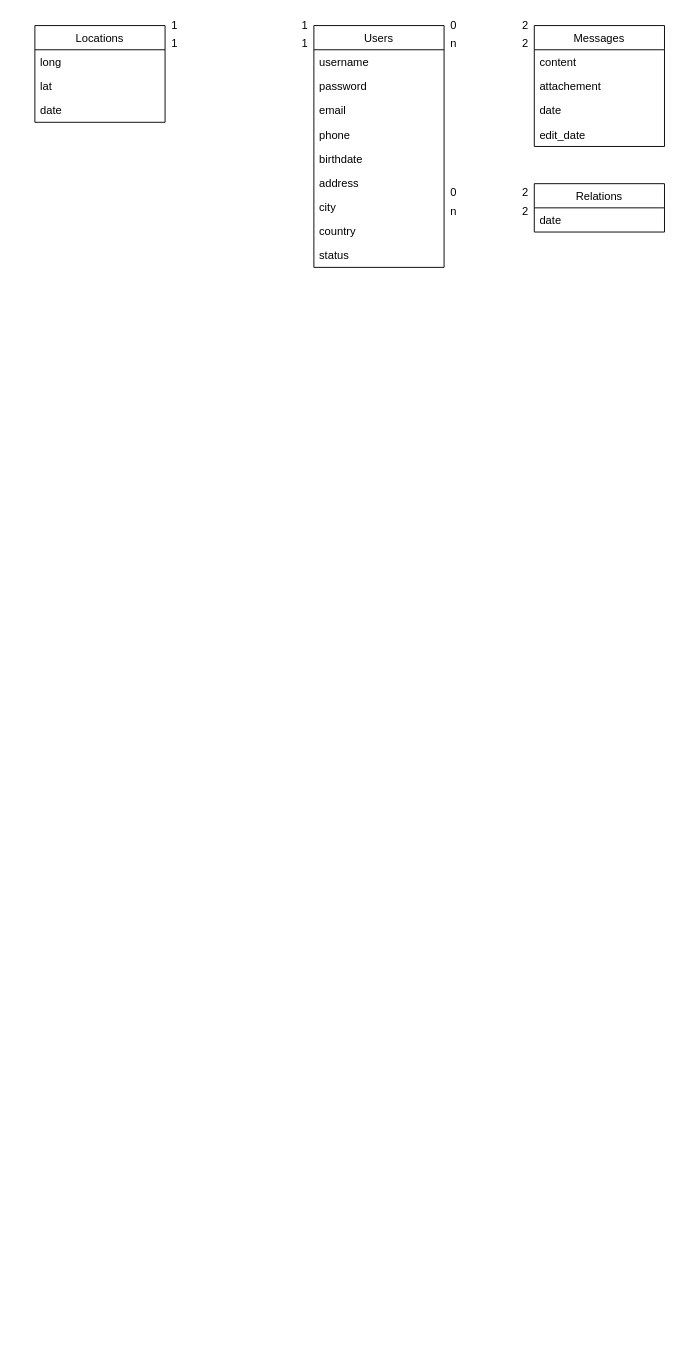
Before: DevServ_Proj_EA.drawio in oxypomme/LP_DevServer_Project, a draw.io diagram. Source tidied: cells renumbered, new cells numbered last; positions are measured from the earlier drawing's top-left corner, leaving out a move shared by most shapes. Both pictures are drawn from the tidied source at 93%, with x=0, y=0 at pixel (34, 16).
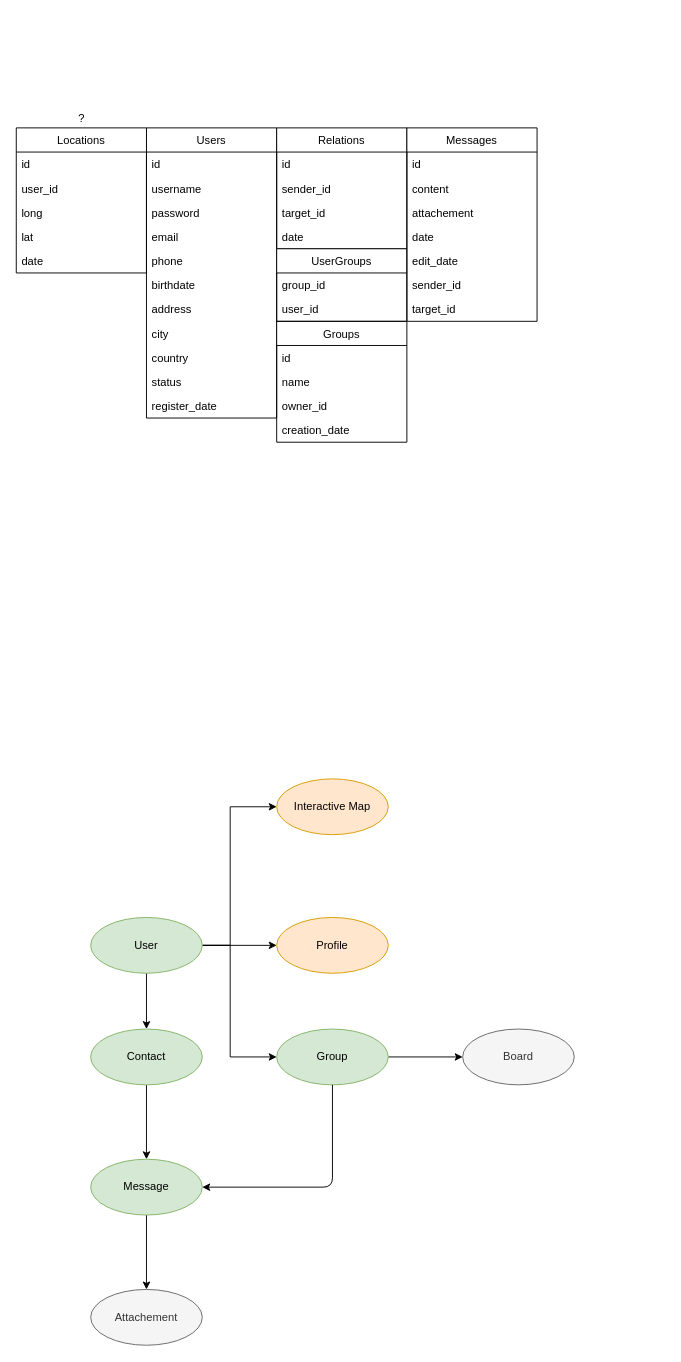
The same diagram, later.

What changed in the source:
```diff
@@
     <mxCell id="2" value="Users" style="swimlane;fontStyle=0;horizontal=1;startSize=26;" parent="1" vertex="1">
-      <mxGeometry x="300" y="10" width="140" height="260" as="geometry" />
+      <mxGeometry x="120" y="120" width="140" height="312" as="geometry" />
     </mxCell>
+    <mxCell id="35" value="id" style="text;strokeColor=none;fillColor=none;align=left;verticalAlign=top;spacingLeft=4;spacingRight=4;overflow=hidden;" parent="2" vertex="1">
+      <mxGeometry y="26" width="140" height="26" as="geometry" />
+    </mxCell>
     <mxCell id="3" value="username" style="text;strokeColor=none;fillColor=none;align=left;verticalAlign=top;spacingLeft=4;spacingRight=4;overflow=hidden;" parent="2" vertex="1">
-      <mxGeometry y="26" width="140" height="26" as="geometry" />
+      <mxGeometry y="52" width="140" height="26" as="geometry" />
     </mxCell>
     <mxCell id="4" value="password" style="text;strokeColor=none;fillColor=none;align=left;verticalAlign=top;spacingLeft=4;spacingRight=4;overflow=hidden;" parent="2" vertex="1">
-      <mxGeometry y="52" width="140" height="26" as="geometry" />
+      <mxGeometry y="78" width="140" height="26" as="geometry" />
     </mxCell>
     <mxCell id="5" value="email" style="text;strokeColor=none;fillColor=none;align=left;verticalAlign=top;spacingLeft=4;spacingRight=4;overflow=hidden;" parent="2" vertex="1">
-      <mxGeometry y="78" width="140" height="26" as="geometry" />
+      <mxGeometry y="104" width="140" height="26" as="geometry" />
     </mxCell>
     <mxCell id="6" value="phone" style="text;strokeColor=none;fillColor=none;align=left;verticalAlign=top;spacingLeft=4;spacingRight=4;overflow=hidden;" parent="2" vertex="1">
-      <mxGeometry y="104" width="140" height="26" as="geometry" />
+      <mxGeometry y="130" width="140" height="26" as="geometry" />
     </mxCell>
     <mxCell id="7" value="birthdate" style="text;strokeColor=none;fillColor=none;align=left;verticalAlign=top;spacingLeft=4;spacingRight=4;overflow=hidden;" parent="2" vertex="1">
-      <mxGeometry y="130" width="140" height="26" as="geometry" />
+      <mxGeometry y="156" width="140" height="26" as="geometry" />
     </mxCell>
     <mxCell id="8" value="address" style="text;strokeColor=none;fillColor=none;align=left;verticalAlign=top;spacingLeft=4;spacingRight=4;overflow=hidden;" parent="2" vertex="1">
-      <mxGeometry y="156" width="140" height="26" as="geometry" />
+      <mxGeometry y="182" width="140" height="26" as="geometry" />
     </mxCell>
     <mxCell id="9" value="city" style="text;strokeColor=none;fillColor=none;align=left;verticalAlign=top;spacingLeft=4;spacingRight=4;overflow=hidden;" parent="2" vertex="1">
-      <mxGeometry y="182" width="140" height="26" as="geometry" />
+      <mxGeometry y="208" width="140" height="26" as="geometry" />
     </mxCell>
     <mxCell id="10" value="country" style="text;strokeColor=none;fillColor=none;align=left;verticalAlign=top;spacingLeft=4;spacingRight=4;overflow=hidden;" parent="2" vertex="1">
-      <mxGeometry y="208" width="140" height="26" as="geometry" />
+      <mxGeometry y="234" width="140" height="26" as="geometry" />
     </mxCell>
     <mxCell id="11" value="status" style="text;strokeColor=none;fillColor=none;align=left;verticalAlign=top;spacingLeft=4;spacingRight=4;overflow=hidden;" parent="2" vertex="1">
-      <mxGeometry y="234" width="140" height="26" as="geometry" />
+      <mxGeometry y="260" width="140" height="26" as="geometry" />
     </mxCell>
+    <mxCell id="36" value="register_date" style="text;strokeColor=none;fillColor=none;align=left;verticalAlign=top;spacingLeft=4;spacingRight=4;overflow=hidden;" parent="2" vertex="1">
+      <mxGeometry y="286" width="140" height="26" as="geometry" />
+    </mxCell>
+    <mxCell id="37" style="edgeStyle=orthogonalEdgeStyle;rounded=0;jettySize=auto;html=1;" parent="1" edge="1" source="41" target="42">
+      <mxGeometry relative="1" as="geometry" />
+    </mxCell>
+    <mxCell id="38" style="edgeStyle=orthogonalEdgeStyle;rounded=0;jettySize=auto;html=1;" parent="1" edge="1" source="41" target="44">
+      <mxGeometry relative="1" as="geometry">
+        <Array as="points">
+          <mxPoint x="210" y="999" />
+          <mxPoint x="210" y="1119" />
+        </Array>
+      </mxGeometry>
+    </mxCell>
+    <mxCell id="39" style="edgeStyle=orthogonalEdgeStyle;rounded=0;jettySize=auto;html=1;" parent="1" edge="1" source="41" target="46">
+      <mxGeometry relative="1" as="geometry">
+        <Array as="points">
+          <mxPoint x="210" y="999" />
+          <mxPoint x="210" y="850" />
+        </Array>
+      </mxGeometry>
+    </mxCell>
+    <mxCell id="40" style="edgeStyle=orthogonalEdgeStyle;rounded=0;jettySize=auto;html=1;" parent="1" edge="1" source="41" target="48">
+      <mxGeometry relative="1" as="geometry" />
+    </mxCell>
+    <mxCell id="41" value="User" style="ellipse;whiteSpace=wrap;html=1;fillColor=#d5e8d4;strokeColor=#82b366;" parent="1" vertex="1">
+      <mxGeometry x="60" y="969" width="120" height="60" as="geometry" />
+    </mxCell>
+    <mxCell id="42" value="Profile" style="ellipse;whiteSpace=wrap;html=1;fillColor=#ffe6cc;strokeColor=#d79b00;" parent="1" vertex="1">
+      <mxGeometry x="260" y="969" width="120" height="60" as="geometry" />
+    </mxCell>
+    <mxCell id="43" style="edgeStyle=orthogonalEdgeStyle;rounded=0;jettySize=auto;html=1;" parent="1" edge="1" source="44" target="45">
+      <mxGeometry relative="1" as="geometry" />
+    </mxCell>
+    <mxCell id="44" value="Group" style="ellipse;whiteSpace=wrap;html=1;fillColor=#d5e8d4;strokeColor=#82b366;" parent="1" vertex="1">
+      <mxGeometry x="260" y="1089" width="120" height="60" as="geometry" />
+    </mxCell>
+    <mxCell id="45" value="Board" style="ellipse;whiteSpace=wrap;html=1;fillColor=#f5f5f5;strokeColor=#666666;fontColor=#333333;" parent="1" vertex="1">
+      <mxGeometry x="460" y="1089" width="120" height="60" as="geometry" />
+    </mxCell>
+    <mxCell id="46" value="Interactive Map" style="ellipse;whiteSpace=wrap;html=1;fillColor=#ffe6cc;strokeColor=#d79b00;" parent="1" vertex="1">
+      <mxGeometry x="260" y="820" width="120" height="60" as="geometry" />
+    </mxCell>
+    <mxCell id="47" style="edgeStyle=orthogonalEdgeStyle;rounded=0;jettySize=auto;html=1;" parent="1" edge="1" source="48" target="50">
+      <mxGeometry relative="1" as="geometry" />
+    </mxCell>
+    <mxCell id="48" value="Contact" style="ellipse;whiteSpace=wrap;html=1;fillColor=#d5e8d4;strokeColor=#82b366;" parent="1" vertex="1">
+      <mxGeometry x="60" y="1089" width="120" height="60" as="geometry" />
+    </mxCell>
+    <mxCell id="49" style="edgeStyle=orthogonalEdgeStyle;rounded=0;jettySize=auto;html=1;" parent="1" edge="1" source="50" target="52">
+      <mxGeometry relative="1" as="geometry" />
+    </mxCell>
+    <mxCell id="50" value="Message" style="ellipse;whiteSpace=wrap;html=1;fillColor=#d5e8d4;strokeColor=#82b366;" parent="1" vertex="1">
+      <mxGeometry x="60" y="1229" width="120" height="60" as="geometry" />
+    </mxCell>
+    <mxCell id="51" style="endArrow=classic;html=1;exitX=0.5;exitY=1;exitDx=0;exitDy=0;entryX=1;entryY=0.5;entryDx=0;entryDy=0;" parent="1" edge="1" source="44" target="50">
+      <mxGeometry relative="1" as="geometry">
+        <Array as="points">
+          <mxPoint x="320" y="1259" />
+        </Array>
+      </mxGeometry>
+    </mxCell>
+    <mxCell id="52" value="Attachement" style="ellipse;whiteSpace=wrap;html=1;fillColor=#f5f5f5;strokeColor=#666666;fontColor=#333333;" parent="1" vertex="1">
+      <mxGeometry x="60" y="1369" width="120" height="60" as="geometry" />
+    </mxCell>
+    <mxCell id="21" value="Locations" style="swimlane;fontStyle=0;horizontal=1;startSize=26;" parent="1" vertex="1">
+      <mxGeometry x="-20" y="120" width="140" height="156" as="geometry" />
+    </mxCell>
+    <mxCell id="53" value="id" style="text;strokeColor=none;fillColor=none;align=left;verticalAlign=top;spacingLeft=4;spacingRight=4;overflow=hidden;" parent="21" vertex="1">
+      <mxGeometry y="26" width="140" height="26" as="geometry" />
+    </mxCell>
+    <mxCell id="54" value="user_id" style="text;strokeColor=none;fillColor=none;align=left;verticalAlign=top;spacingLeft=4;spacingRight=4;overflow=hidden;" parent="21" vertex="1">
+      <mxGeometry y="52" width="140" height="26" as="geometry" />
+    </mxCell>
+    <mxCell id="22" value="long" style="text;strokeColor=none;fillColor=none;align=left;verticalAlign=top;spacingLeft=4;spacingRight=4;overflow=hidden;" parent="21" vertex="1">
+      <mxGeometry y="78" width="140" height="26" as="geometry" />
+    </mxCell>
+    <mxCell id="23" value="lat" style="text;strokeColor=none;fillColor=none;align=left;verticalAlign=top;spacingLeft=4;spacingRight=4;overflow=hidden;" parent="21" vertex="1">
+      <mxGeometry y="104" width="140" height="26" as="geometry" />
+    </mxCell>
+    <mxCell id="55" value="date" style="text;strokeColor=none;fillColor=none;align=left;verticalAlign=top;spacingLeft=4;spacingRight=4;overflow=hidden;" parent="21" vertex="1">
+      <mxGeometry y="130" width="140" height="26" as="geometry" />
+    </mxCell>
+    <mxCell id="29" value="Relations" style="swimlane;fontStyle=0;horizontal=1;startSize=26;" parent="1" vertex="1">
+      <mxGeometry x="260" y="120" width="140" height="130" as="geometry" />
+    </mxCell>
+    <mxCell id="56" value="id" style="text;strokeColor=none;fillColor=none;align=left;verticalAlign=top;spacingLeft=4;spacingRight=4;overflow=hidden;" parent="29" vertex="1">
+      <mxGeometry y="26" width="140" height="26" as="geometry" />
+    </mxCell>
+    <mxCell id="57" value="sender_id" style="text;strokeColor=none;fillColor=none;align=left;verticalAlign=top;spacingLeft=4;spacingRight=4;overflow=hidden;" parent="29" vertex="1">
+      <mxGeometry y="52" width="140" height="26" as="geometry" />
+    </mxCell>
+    <mxCell id="58" value="target_id" style="text;strokeColor=none;fillColor=none;align=left;verticalAlign=top;spacingLeft=4;spacingRight=4;overflow=hidden;" parent="29" vertex="1">
+      <mxGeometry y="78" width="140" height="26" as="geometry" />
+    </mxCell>
+    <mxCell id="59" value="date" style="text;strokeColor=none;fillColor=none;align=left;verticalAlign=top;spacingLeft=4;spacingRight=4;overflow=hidden;" parent="29" vertex="1">
+      <mxGeometry y="104" width="140" height="26" as="geometry" />
+    </mxCell>
+    <mxCell id="60" value="?" style="text;html=1;align=center;verticalAlign=middle;strokeColor=none;fillColor=none;" parent="1" vertex="1">
+      <mxGeometry x="40" y="100" width="20" height="20" as="geometry" />
+    </mxCell>
+    <mxCell id="61" value="Groups" style="swimlane;fontStyle=0;horizontal=1;startSize=26;" parent="1" vertex="1">
+      <mxGeometry x="260" y="328" width="140" height="130" as="geometry" />
+    </mxCell>
+    <mxCell id="62" value="id" style="text;strokeColor=none;fillColor=none;align=left;verticalAlign=top;spacingLeft=4;spacingRight=4;overflow=hidden;" parent="61" vertex="1">
+      <mxGeometry y="26" width="140" height="26" as="geometry" />
+    </mxCell>
+    <mxCell id="63" value="name" style="text;strokeColor=none;fillColor=none;align=left;verticalAlign=top;spacingLeft=4;spacingRight=4;overflow=hidden;" parent="61" vertex="1">
+      <mxGeometry y="52" width="140" height="26" as="geometry" />
+    </mxCell>
+    <mxCell id="64" value="owner_id" style="text;strokeColor=none;fillColor=none;align=left;verticalAlign=top;spacingLeft=4;spacingRight=4;overflow=hidden;" parent="61" vertex="1">
+      <mxGeometry y="78" width="140" height="26" as="geometry" />
+    </mxCell>
+    <mxCell id="65" value="creation_date" style="text;strokeColor=none;fillColor=none;align=left;verticalAlign=top;spacingLeft=4;spacingRight=4;overflow=hidden;" parent="61" vertex="1">
+      <mxGeometry y="104" width="140" height="26" as="geometry" />
+    </mxCell>
+    <mxCell id="66" value="UserGroups" style="swimlane;fontStyle=0;horizontal=1;startSize=26;" parent="1" vertex="1">
+      <mxGeometry x="260" y="250" width="140" height="78" as="geometry" />
+    </mxCell>
+    <mxCell id="67" value="group_id" style="text;strokeColor=none;fillColor=none;align=left;verticalAlign=top;spacingLeft=4;spacingRight=4;overflow=hidden;rounded=1;" parent="66" vertex="1">
+      <mxGeometry y="26" width="140" height="26" as="geometry" />
+    </mxCell>
+    <mxCell id="68" value="user_id" style="text;strokeColor=none;fillColor=none;align=left;verticalAlign=top;spacingLeft=4;spacingRight=4;overflow=hidden;rounded=1;" parent="66" vertex="1">
+      <mxGeometry y="52" width="140" height="26" as="geometry" />
+    </mxCell>
     <mxCell id="12" value="Messages" style="swimlane;fontStyle=0;horizontal=1;startSize=26;" parent="1" vertex="1">
-      <mxGeometry x="537" y="10" width="140" height="130" as="geometry" />
+      <mxGeometry x="400" y="120" width="140" height="208" as="geometry" />
     </mxCell>
+    <mxCell id="69" value="id" style="text;strokeColor=none;fillColor=none;align=left;verticalAlign=top;spacingLeft=4;spacingRight=4;overflow=hidden;" parent="12" vertex="1">
+      <mxGeometry y="26" width="140" height="26" as="geometry" />
+    </mxCell>
     <mxCell id="13" value="content" style="text;strokeColor=none;fillColor=none;align=left;verticalAlign=top;spacingLeft=4;spacingRight=4;overflow=hidden;" parent="12" vertex="1">
-      <mxGeometry y="26" width="140" height="26" as="geometry" />
+      <mxGeometry y="52" width="140" height="26" as="geometry" />
     </mxCell>
     <mxCell id="14" value="attachement" style="text;strokeColor=none;fillColor=none;align=left;verticalAlign=top;spacingLeft=4;spacingRight=4;overflow=hidden;" parent="12" vertex="1">
-      <mxGeometry y="52" width="140" height="26" as="geometry" />
+      <mxGeometry y="78" width="140" height="26" as="geometry" />
     </mxCell>
-    <mxCell id="15" value="date" style="text;strokeColor=none;fillColor=none;align=left;verticalAlign=top;spacingLeft=4;spacingRight=4;overflow=hidden;" parent="12" vertex="1">
-      <mxGeometry y="78" width="140" height="26" as="geometry" />
-    </mxCell>
+    <mxCell id="70" value="date" style="text;strokeColor=none;fillColor=none;align=left;verticalAlign=top;spacingLeft=4;spacingRight=4;overflow=hidden;" parent="12" vertex="1">
+      <mxGeometry y="104" width="140" height="26" as="geometry" />
+    </mxCell>
     <mxCell id="16" value="edit_date" style="text;strokeColor=none;fillColor=none;align=left;verticalAlign=top;spacingLeft=4;spacingRight=4;overflow=hidden;" parent="12" vertex="1">
-      <mxGeometry y="104" width="140" height="26" as="geometry" />
+      <mxGeometry y="130" width="140" height="26" as="geometry" />
     </mxCell>
-    <mxCell id="17" value="0" style="text;html=1;align=center;verticalAlign=middle;strokeColor=none;fillColor=none;" parent="1" vertex="1">
-      <mxGeometry x="440" width="20" height="20" as="geometry" />
-    </mxCell>
-    <mxCell id="18" value="n" style="text;html=1;align=center;verticalAlign=middle;strokeColor=none;fillColor=none;" parent="1" vertex="1">
-      <mxGeometry x="440" y="20" width="20" height="20" as="geometry" />
-    </mxCell>
-    <mxCell id="19" value="2" style="text;html=1;align=center;verticalAlign=middle;strokeColor=none;fillColor=none;" parent="1" vertex="1">
-      <mxGeometry x="517" width="20" height="20" as="geometry" />
-    </mxCell>
-    <mxCell id="20" value="2" style="text;html=1;align=center;verticalAlign=middle;strokeColor=none;fillColor=none;" parent="1" vertex="1">
-      <mxGeometry x="517" y="20" width="20" height="20" as="geometry" />
-    </mxCell>
-    <mxCell id="21" value="Locations" style="swimlane;fontStyle=0;horizontal=1;startSize=26;" parent="1" vertex="1">
-      <mxGeometry y="10" width="140" height="104" as="geometry" />
-    </mxCell>
-    <mxCell id="22" value="long" style="text;strokeColor=none;fillColor=none;align=left;verticalAlign=top;spacingLeft=4;spacingRight=4;overflow=hidden;" parent="21" vertex="1">
-      <mxGeometry y="26" width="140" height="26" as="geometry" />
-    </mxCell>
-    <mxCell id="23" value="lat" style="text;strokeColor=none;fillColor=none;align=left;verticalAlign=top;spacingLeft=4;spacingRight=4;overflow=hidden;" parent="21" vertex="1">
-      <mxGeometry y="52" width="140" height="26" as="geometry" />
-    </mxCell>
-    <mxCell id="24" value="date" style="text;strokeColor=none;fillColor=none;align=left;verticalAlign=top;spacingLeft=4;spacingRight=4;overflow=hidden;" parent="21" vertex="1">
-      <mxGeometry y="78" width="140" height="26" as="geometry" />
-    </mxCell>
-    <mxCell id="25" value="1" style="text;html=1;align=center;verticalAlign=middle;strokeColor=none;fillColor=none;" parent="1" vertex="1">
-      <mxGeometry x="140" width="20" height="20" as="geometry" />
-    </mxCell>
-    <mxCell id="26" value="1" style="text;html=1;align=center;verticalAlign=middle;strokeColor=none;fillColor=none;" parent="1" vertex="1">
-      <mxGeometry x="140" y="20" width="20" height="20" as="geometry" />
-    </mxCell>
-    <mxCell id="27" value="1" style="text;html=1;align=center;verticalAlign=middle;strokeColor=none;fillColor=none;" parent="1" vertex="1">
-      <mxGeometry x="280" width="20" height="20" as="geometry" />
-    </mxCell>
-    <mxCell id="28" value="1" style="text;html=1;align=center;verticalAlign=middle;strokeColor=none;fillColor=none;" parent="1" vertex="1">
-      <mxGeometry x="280" y="20" width="20" height="20" as="geometry" />
-    </mxCell>
-    <mxCell id="29" value="Relations" style="swimlane;fontStyle=0;horizontal=1;startSize=26;" parent="1" vertex="1">
-      <mxGeometry x="537" y="180" width="140" height="52" as="geometry" />
-    </mxCell>
-    <mxCell id="30" value="date" style="text;strokeColor=none;fillColor=none;align=left;verticalAlign=top;spacingLeft=4;spacingRight=4;overflow=hidden;" parent="29" vertex="1">
-      <mxGeometry y="26" width="140" height="26" as="geometry" />
-    </mxCell>
-    <mxCell id="31" value="0" style="text;html=1;align=center;verticalAlign=middle;strokeColor=none;fillColor=none;" parent="1" vertex="1">
-      <mxGeometry x="440" y="180" width="20" height="20" as="geometry" />
-    </mxCell>
-    <mxCell id="32" value="n" style="text;html=1;align=center;verticalAlign=middle;strokeColor=none;fillColor=none;" parent="1" vertex="1">
-      <mxGeometry x="440" y="200" width="20" height="20" as="geometry" />
-    </mxCell>
-    <mxCell id="33" value="2" style="text;html=1;align=center;verticalAlign=middle;strokeColor=none;fillColor=none;" parent="1" vertex="1">
-      <mxGeometry x="517" y="180" width="20" height="20" as="geometry" />
-    </mxCell>
-    <mxCell id="34" value="2" style="text;html=1;align=center;verticalAlign=middle;strokeColor=none;fillColor=none;" parent="1" vertex="1">
-      <mxGeometry x="517" y="200" width="20" height="20" as="geometry" />
-    </mxCell>
+    <mxCell id="71" value="sender_id" style="text;strokeColor=none;fillColor=none;align=left;verticalAlign=top;spacingLeft=4;spacingRight=4;overflow=hidden;" parent="12" vertex="1">
+      <mxGeometry y="156" width="140" height="26" as="geometry" />
+    </mxCell>
+    <mxCell id="72" value="target_id" style="text;strokeColor=none;fillColor=none;align=left;verticalAlign=top;spacingLeft=4;spacingRight=4;overflow=hidden;" parent="12" vertex="1">
+      <mxGeometry y="182" width="140" height="26" as="geometry" />
+    </mxCell>
```
